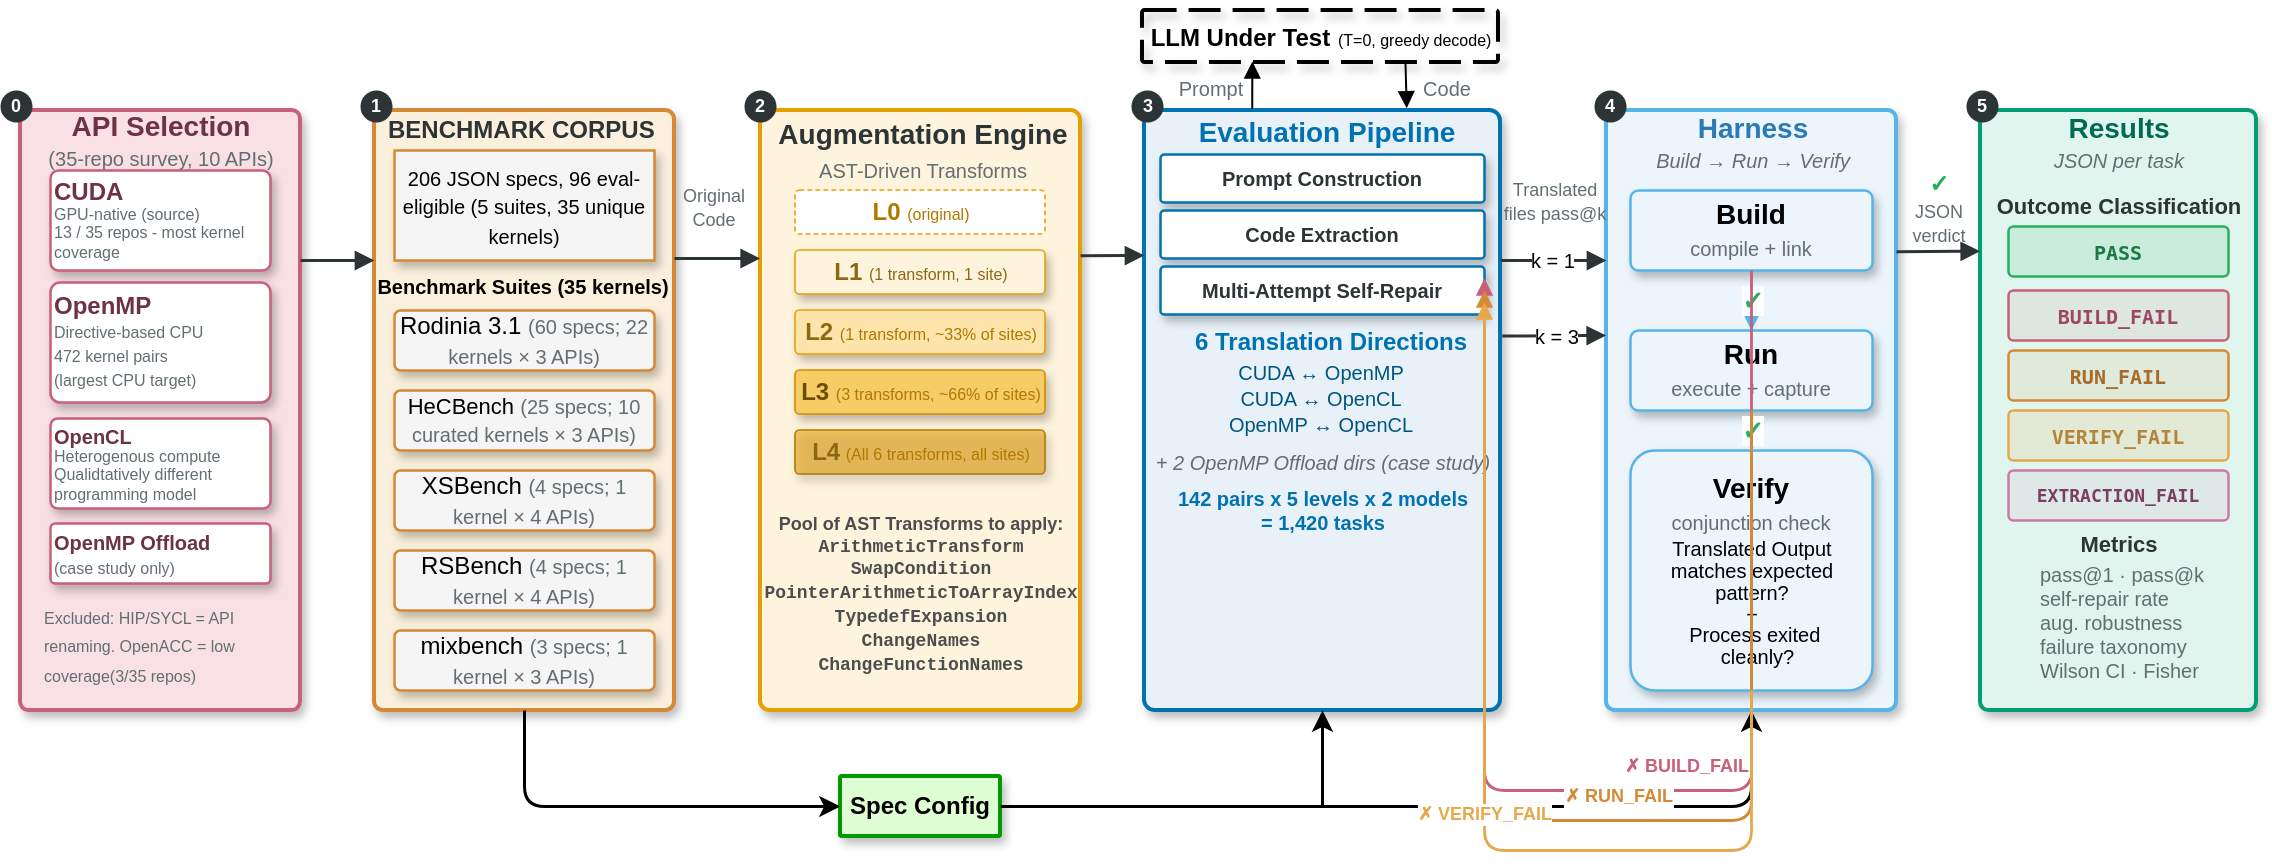
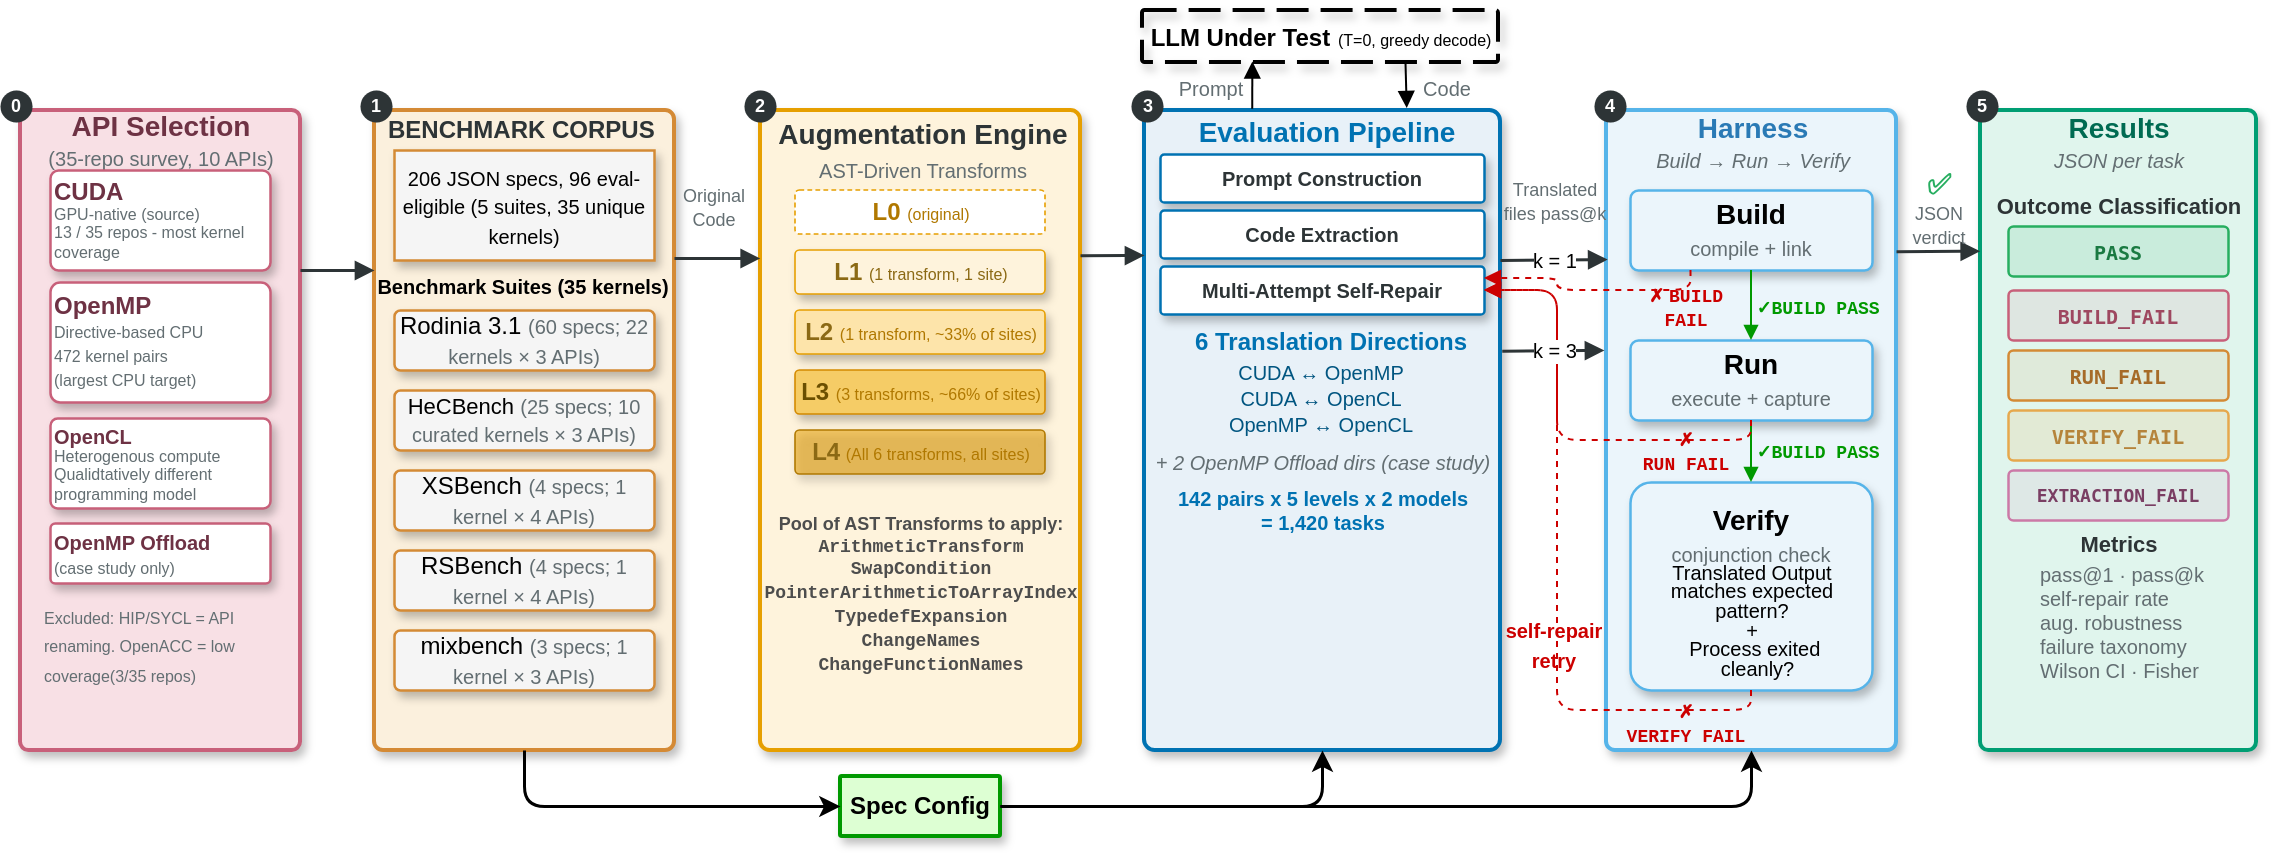
<mxfile host="Electron" agent="Mozilla/5.0 (Macintosh; Intel Mac OS X 10_15_7) AppleWebKit/537.36 (KHTML, like Gecko) draw.io/29.6.6 Chrome/144.0.7559.236 Electron/40.8.4 Safari/537.36" version="29.6.6">
  <diagram name="Page-1" id="bUnr9loA30vD7awPn5Ir">
-     <mxGraphModel dx="2107" dy="688" grid="1" gridSize="10" guides="1" tooltips="1" connect="1" arrows="1" fold="1" page="1" pageScale="1" pageWidth="990" pageHeight="600" background="#ffffff" math="0" shadow="0">
+     <mxGraphModel dx="1800" dy="499" grid="1" gridSize="10" guides="1" tooltips="1" connect="1" arrows="1" fold="1" page="1" pageScale="1" pageWidth="990" pageHeight="600" background="#ffffff" math="0" shadow="0">
      <root>
        <mxCell id="0" />
        <mxCell id="1" parent="0" />
        <mxCell id="akmjjUN86HI4yd5fyELq-2" parent="1" style="rounded=1;whiteSpace=wrap;html=1;arcSize=3;fillColor=#F8E0E5;strokeColor=#C8607A;strokeWidth=2;shadow=1;glass=0;gradientColor=none;" value="" vertex="1">
-           <mxGeometry height="300" width="140" x="-170" y="110" as="geometry" />
+           <mxGeometry height="320" width="140" x="-170" y="110" as="geometry" />
        </mxCell>
        <mxCell id="llm_container" parent="1" style="rounded=1;arcSize=5;fillColor=none;strokeColor=#000000;strokeWidth=2;dashed=1;dashPattern=8 3;shadow=1;labelBackgroundColor=none;html=1;autosizeText=1;fontSize=14;" value="&lt;b&gt;&lt;font style=&quot;font-size: 12px;&quot;&gt;LLM Under Test&lt;/font&gt;&lt;/b&gt;&amp;nbsp;&lt;font style=&quot;font-size: 8px;&quot;&gt;(T=0, greedy decode)&lt;/font&gt;" vertex="1">
          <mxGeometry height="26" width="178" x="391" y="60" as="geometry" />
        </mxCell>
        <mxCell id="benchmark_container" parent="1" style="rounded=1;whiteSpace=wrap;html=1;arcSize=3;fillColor=#FBF0DD;strokeColor=#D48A35;strokeWidth=2;shadow=1;" value="" vertex="1">
-           <mxGeometry height="300" width="150" x="7" y="110" as="geometry" />
+           <mxGeometry height="320" width="150" x="7" y="110" as="geometry" />
        </mxCell>
        <mxCell id="specs" parent="1" style="shape=document;whiteSpace=wrap;html=1;boundedLbl=1;size=0;fillColor=#F5F5F5;strokeColor=#D48A35;strokeWidth=1.25;rounded=1;shadow=1;perimeter=rhombusPerimeter;" value="&lt;font style=&quot;font-size: 11px;&quot;&gt;&lt;span style=&quot;font-size: 10px; text-align: left; line-height: 90%;&quot;&gt;206 JSON specs, 96 eval-eligible (5 suites, 35 unique kernels)&lt;/span&gt;&lt;br&gt;&lt;/font&gt;" vertex="1">
          <mxGeometry height="55" width="130" x="17" y="130" as="geometry" />
        </mxCell>
        <mxCell id="suites_header" parent="1" style="text;html=1;align=center;verticalAlign=middle;fontSize=12;fontColor=#2D3436;rounded=1;" value="&lt;b&gt;&lt;font style=&quot;color: rgb(0, 0, 0); font-size: 10px;&quot;&gt;Benchmark Suites (35 kernels)&lt;/font&gt;&lt;/b&gt;" vertex="1">
          <mxGeometry height="20" width="130" x="15.75" y="188" as="geometry" />
        </mxCell>
        <mxCell id="rodinia" parent="1" style="rounded=1;whiteSpace=wrap;html=1;arcSize=10;fillColor=#F5F5F5;strokeColor=#D48A35;strokeWidth=1.25;fontSize=12;shadow=1;" value="Rodinia 3.1&amp;nbsp;&lt;font style=&quot;font-size: 10px; color: rgb(99, 110, 114);&quot;&gt;&lt;font&gt;(&lt;/font&gt;&lt;font&gt;&lt;span style=&quot;text-align: left;&quot;&gt;60 specs; 22 kernels × 3 APIs)&lt;/span&gt;&lt;/font&gt;&lt;/font&gt;" vertex="1">
          <mxGeometry height="30" width="130" x="17" y="210" as="geometry" />
        </mxCell>
        <mxCell id="xsbench" parent="1" style="rounded=1;whiteSpace=wrap;html=1;arcSize=10;fillColor=#F5F5F5;strokeColor=#D48A35;strokeWidth=1.25;fontSize=12;shadow=1;" value="XSBench&amp;nbsp;&lt;span style=&quot;color: rgb(99, 110, 114); font-size: 10px;&quot;&gt;(4 specs;&amp;nbsp;&lt;/span&gt;&lt;span style=&quot;color: rgb(99, 110, 114); font-size: 10px; text-align: left;&quot;&gt;1 kernel&amp;nbsp;&lt;/span&gt;&lt;span style=&quot;color: rgb(99, 110, 114); font-size: 10px; text-align: left;&quot;&gt;×&lt;/span&gt;&lt;span style=&quot;color: rgb(99, 110, 114); font-size: 10px; text-align: left;&quot;&gt;&amp;nbsp;4 APIs&lt;/span&gt;&lt;span style=&quot;color: rgb(99, 110, 114); font-size: 10px;&quot;&gt;)&lt;/span&gt;" vertex="1">
          <mxGeometry height="30" width="130" x="17" y="290" as="geometry" />
        </mxCell>
        <mxCell id="rsbench" parent="1" style="rounded=1;whiteSpace=wrap;html=1;arcSize=10;fillColor=#F5F5F5;strokeColor=#D48A35;strokeWidth=1.25;fontSize=12;shadow=1;" value="RSBench&amp;nbsp;&lt;span style=&quot;color: rgb(99, 110, 114); font-size: 10px;&quot;&gt;(4 specs;&amp;nbsp;&lt;/span&gt;&lt;span style=&quot;color: rgb(99, 110, 114); font-size: 10px; text-align: left;&quot;&gt;1 kernel&amp;nbsp;&lt;/span&gt;&lt;span style=&quot;color: rgb(99, 110, 114); font-size: 10px; text-align: left;&quot;&gt;×&lt;/span&gt;&lt;span style=&quot;color: rgb(99, 110, 114); font-size: 10px; text-align: left;&quot;&gt;&amp;nbsp;4 APIs&lt;/span&gt;&lt;span style=&quot;color: rgb(99, 110, 114); font-size: 10px;&quot;&gt;)&lt;/span&gt;" vertex="1">
          <mxGeometry height="30" width="130" x="17" y="330" as="geometry" />
        </mxCell>
        <mxCell id="mixbench" parent="1" style="rounded=1;whiteSpace=wrap;html=1;arcSize=10;fillColor=#F5F5F5;strokeColor=#D48A35;strokeWidth=1.25;fontSize=12;shadow=1;" value="mixbench&amp;nbsp;&lt;span style=&quot;color: rgb(99, 110, 114); font-size: 10px;&quot;&gt;(3 specs;&amp;nbsp;&lt;/span&gt;&lt;span style=&quot;color: rgb(99, 110, 114); font-size: 10px; text-align: left;&quot;&gt;1 kernel&amp;nbsp;&lt;/span&gt;&lt;span style=&quot;color: rgb(99, 110, 114); font-size: 10px; text-align: left;&quot;&gt;×&lt;/span&gt;&lt;span style=&quot;color: rgb(99, 110, 114); font-size: 10px; text-align: left;&quot;&gt;&amp;nbsp;3 APIs&lt;/span&gt;&lt;span style=&quot;color: rgb(99, 110, 114); font-size: 10px;&quot;&gt;)&lt;/span&gt;" vertex="1">
          <mxGeometry height="30" width="130" x="17" y="370" as="geometry" />
        </mxCell>
        <mxCell id="hecbench" parent="1" style="rounded=1;whiteSpace=wrap;html=1;arcSize=10;fillColor=#F5F5F5;strokeColor=#D48A35;strokeWidth=1.25;fontSize=11;shadow=1;" value="HeCBench &lt;font style=&quot;font-size: 10px; color: rgb(99, 110, 114);&quot;&gt;(25 specs;&amp;nbsp;&lt;span style=&quot;text-align: left;&quot;&gt;10 curated kernels&amp;nbsp;&lt;/span&gt;&lt;span style=&quot;text-align: left;&quot;&gt;×&lt;/span&gt;&lt;span style=&quot;text-align: left;&quot;&gt;&amp;nbsp;3 APIs&lt;/span&gt;)&lt;/font&gt;" vertex="1">
          <mxGeometry height="30" width="130" x="17" y="250" as="geometry" />
        </mxCell>
        <mxCell id="aug_container" parent="1" style="rounded=1;whiteSpace=wrap;html=1;arcSize=3;fillColor=#FEF3DC;strokeColor=#E69F00;strokeWidth=2;shadow=1;" value="" vertex="1">
-           <mxGeometry height="300" width="160" x="200" y="110" as="geometry" />
+           <mxGeometry height="320" width="160" x="200" y="110" as="geometry" />
        </mxCell>
        <mxCell id="aug_title1" parent="1" style="text;html=1;align=center;verticalAlign=middle;fontColor=#2D3436;rounded=1;" value="&lt;b style=&quot;&quot;&gt;&lt;font style=&quot;font-size: 14px;&quot;&gt;Augmentation Engine&lt;br&gt;&lt;/font&gt;&lt;/b&gt;&lt;span style=&quot;color: rgb(99, 110, 114); font-size: 10px;&quot;&gt;AST-Driven Transforms&lt;/span&gt;&lt;b style=&quot;&quot;&gt;&lt;font style=&quot;font-size: 14px;&quot;&gt;&lt;/font&gt;&lt;/b&gt;" vertex="1">
          <mxGeometry height="30" width="145" x="208" y="115" as="geometry" />
        </mxCell>
        <mxCell id="aug_transforms1" parent="1" style="text;html=1;align=center;verticalAlign=middle;fontSize=9;fontColor=#636e72;rounded=1;" value="&lt;div style=&quot;&quot;&gt;&lt;b style=&quot;color: rgb(77, 77, 77);&quot;&gt;Pool of AST Transforms to apply:&lt;/b&gt;&lt;/div&gt;&lt;div style=&quot;&quot;&gt;&lt;b style=&quot;color: rgb(77, 77, 77); font-family: &amp;quot;Courier New&amp;quot;;&quot;&gt;ArithmeticTransform&lt;br&gt;SwapCondition&lt;/b&gt;&lt;/div&gt;&lt;div style=&quot;&quot;&gt;&lt;b style=&quot;color: rgb(77, 77, 77); font-family: &amp;quot;Courier New&amp;quot;;&quot;&gt;PointerArithmeticToArrayIndex&lt;/b&gt;&lt;/div&gt;&lt;div style=&quot;&quot;&gt;&lt;b style=&quot;color: rgb(77, 77, 77); font-family: &amp;quot;Courier New&amp;quot;;&quot;&gt;TypedefExpansion&lt;br&gt;ChangeNames&lt;br&gt;ChangeFunctionNames&lt;/b&gt;&lt;/div&gt;" vertex="1">
          <mxGeometry height="14" width="144" x="208" y="345" as="geometry" />
        </mxCell>
        <mxCell id="L0" parent="1" style="rounded=1;whiteSpace=wrap;html=1;arcSize=10;fillColor=#FFFFFF;strokeColor=#E69F00;strokeWidth=0.8;dashed=1;dashPattern=3 2;fontSize=10;fontStyle=1;fontColor=#B07800;" value="&lt;font style=&quot;font-size: 12px;&quot;&gt;L0 &lt;/font&gt;&lt;font style=&quot;font-size: 8px; font-weight: normal;&quot;&gt;(original)&lt;/font&gt;" vertex="1">
          <mxGeometry height="22" width="125" x="217.5" y="150" as="geometry" />
        </mxCell>
        <mxCell id="L1" parent="1" style="rounded=1;whiteSpace=wrap;html=1;arcSize=10;fillColor=#FEF3DC;strokeColor=#E69F00;strokeWidth=0.8;fontSize=10;fontStyle=1;fontColor=#8B6914;shadow=1;align=center;" value="&lt;font style=&quot;&quot;&gt;&lt;span style=&quot;font-size: 12px;&quot;&gt;L1&amp;nbsp;&lt;/span&gt;&lt;font style=&quot;font-size: 8px; font-weight: normal;&quot;&gt;(1 transform, 1 site)&lt;/font&gt;&lt;/font&gt;" vertex="1">
          <mxGeometry height="22" width="125" x="217.5" y="180" as="geometry" />
        </mxCell>
        <mxCell id="L2" parent="1" style="rounded=1;whiteSpace=wrap;html=1;arcSize=10;fillColor=#FDE4AA;strokeColor=#E69F00;strokeWidth=0.8;fontSize=10;fontStyle=1;fontColor=#8B6914;shadow=1;align=center;" value="&lt;font style=&quot;&quot;&gt;&lt;span style=&quot;font-size: 12px;&quot;&gt;L2&amp;nbsp;&lt;/span&gt;&lt;font style=&quot;color: rgb(176, 120, 0); font-size: 8px; font-weight: normal;&quot;&gt;(1 transform, ~33% of sites)&lt;/font&gt;&lt;/font&gt;" vertex="1">
          <mxGeometry height="22" width="125" x="217.5" y="210" as="geometry" />
        </mxCell>
        <mxCell id="L3" parent="1" style="rounded=1;whiteSpace=wrap;html=1;arcSize=10;fillColor=#F5CC66;strokeColor=#D48A00;strokeWidth=0.8;fontSize=10;fontStyle=1;fontColor=#6B4F00;shadow=1;align=center;" value="&lt;font style=&quot;&quot;&gt;&lt;span style=&quot;font-size: 12px;&quot;&gt;L3&amp;nbsp;&lt;/span&gt;&lt;font style=&quot;color: rgb(176, 120, 0); font-size: 8px; font-weight: normal;&quot;&gt;(3 transforms, ~66% of sites)&lt;/font&gt;&lt;/font&gt;" vertex="1">
          <mxGeometry height="22" width="125" x="217.5" y="240" as="geometry" />
        </mxCell>
        <mxCell id="L4" parent="1" style="rounded=1;whiteSpace=wrap;html=1;arcSize=10;fillColor=#E69F00;fillOpacity=55;strokeColor=#B07800;strokeWidth=0.8;fontSize=10;fontColor=#3D2800;shadow=1;align=center;" value="&lt;b&gt;&lt;font style=&quot;color: rgb(139, 105, 20); font-size: 12px;&quot;&gt;L4&lt;/font&gt;&amp;nbsp;&lt;/b&gt;&lt;span style=&quot;font-size: 8px;&quot;&gt;&lt;font style=&quot;color: rgb(176, 120, 0);&quot;&gt;(All 6 transforms, all sites)&lt;/font&gt;&lt;/span&gt;" vertex="1">
          <mxGeometry height="22" width="125" x="217.5" y="270" as="geometry" />
        </mxCell>
        <mxCell id="pipeline_container" parent="1" style="rounded=1;whiteSpace=wrap;html=1;arcSize=3;fillColor=#E8F1F8;strokeColor=#0072B2;strokeWidth=2;shadow=1;" value="" vertex="1">
-           <mxGeometry height="300" width="178" x="392" y="110" as="geometry" />
+           <mxGeometry height="320" width="178" x="392" y="110" as="geometry" />
        </mxCell>
        <mxCell id="pipe_title" parent="1" style="text;html=1;align=center;verticalAlign=middle;rounded=1;" value="&lt;font color=&quot;#0072B2&quot; style=&quot;font-size: 14px;&quot;&gt;&lt;b style=&quot;&quot;&gt;Evaluation Pipeline&lt;/b&gt;&lt;/font&gt;" vertex="1">
          <mxGeometry height="20" width="150" x="407.5" y="111" as="geometry" />
        </mxCell>
        <mxCell id="pipe_dirs_title" parent="1" style="text;html=1;align=center;verticalAlign=middle;fontSize=11;rounded=1;" value="&lt;b&gt;&lt;font color=&quot;#0072B2&quot; style=&quot;font-size: 12px;&quot;&gt;6 Translation Directions&lt;/font&gt;&lt;/b&gt;" vertex="1">
          <mxGeometry height="20" width="150" x="410" y="216" as="geometry" />
        </mxCell>
        <mxCell id="pipe_dir1" parent="1" style="text;html=1;align=center;verticalAlign=middle;fontSize=11;fontColor=#005580;rounded=1;" value="&lt;font style=&quot;font-size: 10px;&quot;&gt;CUDA  ↔  OpenMP&lt;br&gt;CUDA ↔ OpenCL&lt;br&gt;OpenMP ↔ OpenCL&lt;/font&gt;" vertex="1">
          <mxGeometry height="20" width="90" x="435" y="244" as="geometry" />
        </mxCell>
        <mxCell id="pipe_ompt" parent="1" style="text;html=1;align=center;verticalAlign=middle;rounded=1;" value="&lt;i style=&quot;font-size:10px;color:#636e72&quot;&gt;+ 2 OpenMP Offload dirs (case study)&lt;/i&gt;" vertex="1">
          <mxGeometry height="20" width="120" x="421" y="276" as="geometry" />
        </mxCell>
        <mxCell id="pipe_tasks1" parent="1" style="text;html=1;align=center;verticalAlign=middle;fontSize=10;rounded=1;" value="&lt;font color=&quot;#0072B2&quot;&gt;&lt;b&gt;142 pairs x 5 levels x 2 models&lt;br&gt;= 1&lt;/b&gt;&lt;/font&gt;&lt;b style=&quot;color: rgb(0, 114, 178);&quot;&gt;,420 tasks&lt;/b&gt;" vertex="1">
          <mxGeometry height="40" width="150" x="406" y="290" as="geometry" />
        </mxCell>
        <mxCell id="harness_container" parent="1" style="rounded=1;whiteSpace=wrap;html=1;arcSize=3;fillColor=#EBF5FB;strokeColor=#56B4E9;strokeWidth=2;shadow=1;" value="" vertex="1">
-           <mxGeometry height="300" width="145" x="623" y="110" as="geometry" />
+           <mxGeometry height="320" width="145" x="623" y="110" as="geometry" />
        </mxCell>
        <mxCell id="harness_title" parent="1" style="text;html=1;align=center;verticalAlign=middle;rounded=1;" value="&lt;font color=&quot;#2A7AB5&quot; style=&quot;font-size:14px&quot;&gt;&lt;b&gt;Harness&lt;/b&gt;&lt;/font&gt;&lt;br&gt;&lt;i style=&quot;font-size:10px;color:#636e72&quot;&gt;Build → Run → Verify&lt;/i&gt;" vertex="1">
          <mxGeometry height="20" width="145" x="623" y="116" as="geometry" />
        </mxCell>
        <mxCell id="build_box" parent="1" style="rounded=1;whiteSpace=wrap;html=1;arcSize=10;fillColor=#EBF5FB;strokeColor=#56B4E9;strokeWidth=1.25;fontSize=13;shadow=1;" value="&lt;b&gt;&lt;font style=&quot;font-size: 14px;&quot;&gt;Build&lt;/font&gt;&lt;/b&gt;&lt;br&gt;&lt;font style=&quot;font-size: 10px;&quot; color=&quot;#636e72&quot;&gt;compile + link&lt;/font&gt;" vertex="1">
          <mxGeometry height="40" width="121" x="635" y="150" as="geometry" />
        </mxCell>
        <mxCell id="run_box" parent="1" style="rounded=1;whiteSpace=wrap;html=1;arcSize=10;fillColor=#EBF5FB;strokeColor=#56B4E9;strokeWidth=1.25;fontSize=13;shadow=1;" value="&lt;font style=&quot;font-size: 14px;&quot;&gt;&lt;b style=&quot;&quot;&gt;Run&lt;/b&gt;&lt;br&gt;&lt;/font&gt;&lt;font style=&quot;font-size: 10px;&quot; color=&quot;#636e72&quot;&gt;execute + capture&lt;/font&gt;" vertex="1">
-           <mxGeometry height="40" width="121" x="635" y="220" as="geometry" />
+           <mxGeometry height="40" width="121" x="635" y="225" as="geometry" />
        </mxCell>
        <mxCell id="verify_box" parent="1" style="rounded=1;whiteSpace=wrap;html=1;arcSize=10;fillColor=#EBF5FB;strokeColor=#56B4E9;strokeWidth=1.25;fontSize=13;verticalAlign=top;spacingTop=4;shadow=1;" value="&lt;b&gt;&lt;font style=&quot;font-size: 14px;&quot;&gt;Verify&lt;/font&gt;&lt;/b&gt;&lt;br&gt;&lt;font style=&quot;font-size: 10px;&quot; color=&quot;#636e72&quot;&gt;conjunction check&lt;/font&gt;" vertex="1">
-           <mxGeometry height="120" width="121" x="635" y="280" as="geometry" />
-         </mxCell>
-         <mxCell id="build_to_run" edge="1" parent="1" source="build_box" style="edgeStyle=orthogonalEdgeStyle;strokeColor=#56B4E9;strokeWidth=1.3;endArrow=block;endFill=1;endSize=5;html=1;" value="&lt;font color=&quot;#27ae60&quot; style=&quot;font-size:13px&quot;&gt;&lt;b&gt;✓&lt;/b&gt;&lt;/font&gt;" target="run_box">
+           <mxGeometry height="104" width="121" x="635" y="296" as="geometry" />
+         </mxCell>
+         <mxCell id="build_to_run" edge="1" parent="1" source="build_box" style="edgeStyle=orthogonalEdgeStyle;strokeColor=#009900;strokeWidth=1;endArrow=block;endFill=1;endSize=5;html=1;shadow=0;" target="run_box" value="">
+           <mxGeometry relative="1" x="-0.3333" y="24" as="geometry">
+             <mxPoint x="1" as="offset" />
+             <Array as="points">
+               <mxPoint x="700" y="190" />
+               <mxPoint x="700" y="190" />
+             </Array>
+           </mxGeometry>
+         </mxCell>
+         <mxCell id="run_to_verify" edge="1" parent="1" source="run_box" style="edgeStyle=orthogonalEdgeStyle;strokeColor=#009900;strokeWidth=1;endArrow=block;endFill=1;endSize=5;html=1;" target="verify_box" value="">
          <mxGeometry relative="1" as="geometry" />
        </mxCell>
-         <mxCell id="run_to_verify" edge="1" parent="1" source="run_box" style="edgeStyle=orthogonalEdgeStyle;strokeColor=#56B4E9;strokeWidth=1.3;endArrow=block;endFill=1;endSize=5;html=1;" value="&lt;font color=&quot;#27ae60&quot; style=&quot;font-size:13px&quot;&gt;&lt;b&gt;✓&lt;/b&gt;&lt;/font&gt;" target="verify_box">
-           <mxGeometry relative="1" as="geometry" />
-         </mxCell>
        <mxCell id="results_container" parent="1" style="rounded=1;whiteSpace=wrap;html=1;arcSize=3;fillColor=#E0F5ED;strokeColor=#009E73;strokeWidth=2;shadow=1;" value="" vertex="1">
-           <mxGeometry height="300" width="138" x="810" y="110" as="geometry" />
+           <mxGeometry height="320" width="138" x="810" y="110" as="geometry" />
        </mxCell>
        <mxCell id="results_title" parent="1" style="text;html=1;align=center;verticalAlign=middle;rounded=1;" value="&lt;font color=&quot;#006B52&quot; style=&quot;font-size:14px&quot;&gt;&lt;b&gt;Results&lt;/b&gt;&lt;/font&gt;&lt;br&gt;&lt;i style=&quot;font-size:10px;color:#636e72&quot;&gt;JSON per task&lt;/i&gt;" vertex="1">
          <mxGeometry height="30" width="120" x="819" y="111" as="geometry" />
        </mxCell>
        <mxCell id="outcome_title" parent="1" style="text;html=1;align=center;verticalAlign=middle;fontSize=11;fontColor=#2D3436;rounded=1;" value="&lt;b&gt;Outcome Classification&lt;/b&gt;" vertex="1">
          <mxGeometry height="20" width="120" x="819" y="148" as="geometry" />
        </mxCell>
        <mxCell id="pass_box" parent="1" style="rounded=1;whiteSpace=wrap;html=1;arcSize=10;fillColor=#27ae60;fillOpacity=12;strokeColor=#27ae60;strokeWidth=1.25;fontSize=10;fontColor=#1a7a42;" value="&lt;code&gt;&lt;b&gt;PASS&lt;/b&gt;&lt;/code&gt;" vertex="1">
          <mxGeometry height="25" width="110" x="824" y="168" as="geometry" />
        </mxCell>
        <mxCell id="buildfail_box" parent="1" style="rounded=1;whiteSpace=wrap;html=1;arcSize=10;fillColor=#C8607A;fillOpacity=10;strokeColor=#C8607A;strokeWidth=1.25;fontSize=10;fontColor=#9E4860;" value="&lt;code&gt;&lt;b&gt;BUILD_FAIL&lt;/b&gt;&lt;/code&gt;" vertex="1">
          <mxGeometry height="25" width="110" x="824" y="200" as="geometry" />
        </mxCell>
        <mxCell id="runfail_box" parent="1" style="rounded=1;whiteSpace=wrap;html=1;arcSize=10;fillColor=#D48A35;fillOpacity=10;strokeColor=#D48A35;strokeWidth=1.25;fontSize=10;fontColor=#A66B28;" value="&lt;code&gt;&lt;b&gt;RUN_FAIL&lt;/b&gt;&lt;/code&gt;" vertex="1">
          <mxGeometry height="25" width="110" x="824" y="230" as="geometry" />
        </mxCell>
        <mxCell id="verifyfail_box" parent="1" style="rounded=1;whiteSpace=wrap;html=1;arcSize=10;fillColor=#E6A84D;fillOpacity=15;strokeColor=#E6A84D;strokeWidth=1.25;fontSize=10;fontColor=#B5843B;" value="&lt;code&gt;&lt;b&gt;VERIFY_FAIL&lt;/b&gt;&lt;/code&gt;" vertex="1">
          <mxGeometry height="25" width="110" x="824" y="260" as="geometry" />
        </mxCell>
        <mxCell id="extractfail_box" parent="1" style="rounded=1;whiteSpace=wrap;html=1;arcSize=10;fillColor=#CC79A7;fillOpacity=10;strokeColor=#CC79A7;strokeWidth=1.25;fontSize=9;fontColor=#7A3E63;" value="&lt;code&gt;&lt;b&gt;EXTRACTION_FAIL&lt;/b&gt;&lt;/code&gt;" vertex="1">
          <mxGeometry height="25" width="110" x="824" y="290" as="geometry" />
        </mxCell>
        <mxCell id="metrics_title" parent="1" style="text;html=1;align=center;verticalAlign=middle;fontSize=11;fontColor=#2D3436;rounded=1;" value="&lt;b&gt;Metrics&lt;/b&gt;" vertex="1">
          <mxGeometry height="20" width="120" x="819" y="316.5" as="geometry" />
        </mxCell>
        <mxCell id="sources_to_aug" edge="1" parent="1" style="strokeColor=#2D3436;strokeWidth=1.5;endArrow=block;endFill=1;endSize=6;entryX=0;entryY=0.25;entryDx=0;entryDy=0;">
          <mxGeometry relative="1" as="geometry">
            <mxPoint x="157" y="184" as="sourcePoint" />
            <mxPoint x="199.85" y="184" as="targetPoint" />
          </mxGeometry>
        </mxCell>
        <mxCell id="aug_to_pipe" edge="1" parent="1" style="strokeColor=#2D3436;strokeWidth=1.5;endArrow=block;endFill=1;endSize=6;exitX=1;exitY=0.25;exitDx=0;exitDy=0;entryX=0;entryY=0.333;entryDx=0;entryDy=0;entryPerimeter=0;">
          <mxGeometry relative="1" as="geometry">
            <mxPoint x="360" y="182.58000000000007" as="sourcePoint" />
            <mxPoint x="392" y="182.50499999999997" as="targetPoint" />
          </mxGeometry>
        </mxCell>
        <mxCell id="pipe_to_gemini" edge="1" parent="1" source="pipeline_container" style="strokeColor=#000000;strokeWidth=1;endArrow=block;endFill=1;endSize=6;exitX=0.304;exitY=-0.002;exitDx=0;exitDy=0;exitPerimeter=0;entryX=0.31;entryY=0.99;entryDx=0;entryDy=0;entryPerimeter=0;" target="llm_container">
          <mxGeometry relative="1" as="geometry">
            <mxPoint x="478" y="112" as="sourcePoint" />
            <mxPoint x="446" y="90" as="targetPoint" />
          </mxGeometry>
        </mxCell>
        <mxCell id="prompt_label" parent="1" style="text;html=1;align=center;verticalAlign=middle;fontSize=10;fontColor=#636e72;rounded=1;" value="Prompt" vertex="1">
          <mxGeometry height="14" width="30" x="410" y="91.5" as="geometry" />
        </mxCell>
        <mxCell id="gemini_to_pipe" edge="1" parent="1" source="llm_container" style="strokeColor=#000000;strokeWidth=1;endArrow=block;endFill=1;endSize=6;exitX=0.74;exitY=0.972;exitDx=0;exitDy=0;entryX=0.738;entryY=-0.003;entryDx=0;entryDy=0;exitPerimeter=0;entryPerimeter=0;" target="pipeline_container">
          <mxGeometry relative="1" as="geometry">
            <mxPoint x="478.2750000000001" y="77.37" as="sourcePoint" />
            <mxPoint x="498" y="112" as="targetPoint" />
          </mxGeometry>
        </mxCell>
        <mxCell id="code_label" parent="1" style="text;html=1;align=center;verticalAlign=middle;fontSize=10;fontColor=#636e72;rounded=1;" value="Code" vertex="1">
          <mxGeometry height="14" width="30" x="527.5" y="91.5" as="geometry" />
        </mxCell>
-         <mxCell id="pipe_to_harness" edge="1" parent="1" style="strokeColor=#2D3436;strokeWidth=1.5;endArrow=block;endFill=1;endSize=6;entryX=0;entryY=0.25;entryDx=0;entryDy=0;" target="harness_container">
-           <mxGeometry relative="1" as="geometry">
-             <mxPoint x="570" y="185" as="sourcePoint" />
-             <mxPoint x="620" y="180" as="targetPoint" />
-           </mxGeometry>
-         </mxCell>
-         <mxCell id="akmjjUN86HI4yd5fyELq-25" connectable="0" parent="pipe_to_harness" style="edgeLabel;html=1;align=center;verticalAlign=middle;resizable=0;points=[];fontSize=10;labelBackgroundColor=default;rounded=1;" value="k = 1" vertex="1">
-           <mxGeometry relative="1" x="-0.2059" as="geometry">
-             <mxPoint x="5" as="offset" />
-           </mxGeometry>
-         </mxCell>
        <mxCell id="translated_label" parent="1" style="text;html=1;align=center;verticalAlign=middle;fontSize=10;fontColor=#636e72;rounded=1;" value="&lt;font style=&quot;font-size: 9px;&quot;&gt;Translated&lt;br&gt;files pass@k&lt;/font&gt;" vertex="1">
          <mxGeometry height="28" width="40.5" x="576.5" y="141" as="geometry" />
        </mxCell>
        <mxCell id="harness_to_results" edge="1" parent="1" style="strokeColor=#2D3436;strokeWidth=1.5;endArrow=block;endFill=1;endSize=6;exitX=1.001;exitY=0.281;exitDx=0;exitDy=0;exitPerimeter=0;">
          <mxGeometry relative="1" as="geometry">
            <mxPoint x="768.005" y="180.66300000000004" as="sourcePoint" />
            <mxPoint x="809.86" y="180.33" as="targetPoint" />
          </mxGeometry>
        </mxCell>
        <mxCell id="w2Y73H6_pt1177Ohcq_N-19" parent="1" style="text;html=1;whiteSpace=wrap;strokeColor=none;fillColor=none;align=center;verticalAlign=middle;rounded=1;" value="&lt;p style=&quot;line-height: 90%;&quot;&gt;&lt;font style=&quot;font-size: 9px;&quot;&gt;&lt;span style=&quot;color: rgb(99, 110, 114); text-wrap-mode: nowrap; line-height: 90%;&quot;&gt;Original&lt;br&gt;&lt;/span&gt;&lt;span style=&quot;color: rgb(99, 110, 114); text-wrap-mode: nowrap; line-height: 90%;&quot;&gt;Code&lt;/span&gt;&lt;/font&gt;&lt;/p&gt;" vertex="1">
          <mxGeometry height="24" width="50" x="151.5" y="146" as="geometry" />
        </mxCell>
        <mxCell id="benchmark_container_label" parent="1" style="text;html=1;align=left;verticalAlign=middle;fontSize=11;fontColor=#2D3436;fontStyle=1;rounded=1;" value="&lt;font style=&quot;font-size: 12px;&quot;&gt;BENCHMARK CORPUS&lt;/font&gt;" vertex="1">
          <mxGeometry height="20" width="140" x="12" y="110" as="geometry" />
        </mxCell>
        <mxCell id="pipe_box1" parent="1" style="rounded=1;whiteSpace=wrap;html=1;arcSize=8;fillColor=#FFFFFF;strokeColor=#0072B2;strokeWidth=1.25;fontSize=10;fontColor=#2D3436;shadow=1;" value="&lt;b&gt;Prompt Construction&lt;/b&gt;" vertex="1">
          <mxGeometry height="24" width="162" x="400" y="132" as="geometry" />
        </mxCell>
        <mxCell id="pipe_box2" parent="1" style="rounded=1;whiteSpace=wrap;html=1;arcSize=8;fillColor=#FFFFFF;strokeColor=#0072B2;strokeWidth=1.25;fontSize=10;fontColor=#2D3436;shadow=1;" value="&lt;b&gt;Code Extraction&lt;/b&gt;" vertex="1">
          <mxGeometry height="24" width="162" x="400" y="160" as="geometry" />
        </mxCell>
        <mxCell id="pipe_box3" parent="1" style="rounded=1;whiteSpace=wrap;html=1;arcSize=8;fillColor=#FFFFFF;strokeColor=#0072B2;strokeWidth=1.25;fontSize=10;fontColor=#2D3436;shadow=1;" value="&lt;b&gt;Multi-Attempt Self-Repair&lt;/b&gt;" vertex="1">
          <mxGeometry height="24" width="162" x="400" y="188" as="geometry" />
        </mxCell>
        <mxCell id="stage_1" parent="1" style="ellipse;whiteSpace=wrap;html=1;fillColor=#2D3436;strokeColor=#2D3436;strokeWidth=0;fontSize=9;fontColor=#FFFFFF;fontStyle=1;rounded=1;" value="1" vertex="1">
          <mxGeometry height="16" width="16" y="100" as="geometry" />
        </mxCell>
        <mxCell id="stage_2" parent="1" style="ellipse;whiteSpace=wrap;html=1;fillColor=#2D3436;strokeColor=#2D3436;strokeWidth=0;fontSize=9;fontColor=#FFFFFF;fontStyle=1;rounded=1;" value="2" vertex="1">
          <mxGeometry height="16" width="16" x="192" y="100" as="geometry" />
        </mxCell>
        <mxCell id="stage_3" parent="1" style="ellipse;whiteSpace=wrap;html=1;fillColor=#2D3436;strokeColor=#2D3436;strokeWidth=0;fontSize=9;fontColor=#FFFFFF;fontStyle=1;rounded=1;" value="3" vertex="1">
          <mxGeometry height="16" width="16" x="385.5" y="100" as="geometry" />
        </mxCell>
        <mxCell id="stage_4" parent="1" style="ellipse;whiteSpace=wrap;html=1;fillColor=#2D3436;strokeColor=#2D3436;strokeWidth=0;fontSize=9;fontColor=#FFFFFF;fontStyle=1;rounded=1;" value="4" vertex="1">
          <mxGeometry height="16" width="16" x="617" y="100" as="geometry" />
        </mxCell>
        <mxCell id="stage_5" parent="1" style="ellipse;whiteSpace=wrap;html=1;fillColor=#2D3436;strokeColor=#2D3436;strokeWidth=0;fontSize=9;fontColor=#FFFFFF;fontStyle=1;rounded=1;" value="5" vertex="1">
          <mxGeometry height="16" width="16" x="803" y="100" as="geometry" />
        </mxCell>
-         <mxCell id="harness_to_results_label" parent="1" style="text;html=1;align=center;verticalAlign=middle;fontSize=10;fontColor=#636e72;rounded=1;" value="&lt;font color=&quot;#27ae60&quot; style=&quot;font-size:12px&quot;&gt;&lt;b&gt;✓&lt;/b&gt;&lt;/font&gt;&lt;br&gt;&lt;font style=&quot;font-size: 9px;&quot;&gt;JSON&lt;br&gt;verdict&lt;/font&gt;" vertex="1">
+         <mxCell id="harness_to_results_label" parent="1" style="text;html=1;align=center;verticalAlign=middle;fontSize=10;fontColor=#636e72;rounded=1;" value="&lt;font color=&quot;#27ae60&quot; style=&quot;font-size: 14px;&quot;&gt;&lt;b style=&quot;&quot;&gt;✅&lt;/b&gt;&lt;/font&gt;&lt;br&gt;&lt;font style=&quot;font-size: 9px;&quot;&gt;JSON&lt;br&gt;verdict&lt;/font&gt;" vertex="1">
          <mxGeometry height="28" width="42" x="768" y="145" as="geometry" />
        </mxCell>
        <mxCell id="metrics_compact" parent="1" style="text;html=1;align=left;verticalAlign=top;fontSize=10;fontColor=#636e72;spacingLeft=4;rounded=1;" value="pass@1 &amp;middot; pass@k&lt;br&gt;self-repair rate&lt;br&gt;aug. robustness&lt;br&gt;failure taxonomy&lt;br&gt;Wilson CI &amp;middot; Fisher" vertex="1">
          <mxGeometry height="70" width="91" x="833.5" y="330" as="geometry" />
        </mxCell>
        <mxCell id="akmjjUN86HI4yd5fyELq-3" parent="1" style="text;html=1;align=center;verticalAlign=middle;rounded=1;" value="&lt;font style=&quot;line-height: 90%;&quot;&gt;&lt;b style=&quot;color: rgb(110, 50, 68); font-size: 14px; line-height: 90%;&quot;&gt;API &lt;/b&gt;&lt;b style=&quot;font-size: 14px; line-height: 90%; color: rgb(110, 50, 68);&quot;&gt;&lt;font style=&quot;color: rgb(110, 50, 68);&quot;&gt;Selection&lt;/font&gt;&lt;/b&gt;&lt;br&gt;&lt;font style=&quot;font-size: 10px; color: rgb(99, 110, 114); line-height: 90%;&quot;&gt;(&lt;/font&gt;&lt;font style=&quot;font-size: 10px; line-height: 90%; color: rgb(99, 110, 114);&quot;&gt;35-repo survey, 10 APIs)&lt;/font&gt;&lt;/font&gt;" vertex="1">
          <mxGeometry height="20" width="120" x="-160" y="116" as="geometry" />
        </mxCell>
        <mxCell id="akmjjUN86HI4yd5fyELq-14" parent="1" style="rounded=1;whiteSpace=wrap;html=1;arcSize=8;fillColor=#FFFFFF;strokeColor=#C8607A;strokeWidth=1.25;fontSize=10;fontColor=#2D3436;shadow=1;align=left;" value="&lt;div style=&quot;line-height: 90%;&quot;&gt;&lt;font style=&quot;color: rgb(110, 50, 68);&quot;&gt;&lt;font style=&quot;font-weight: bold; font-size: 12px; line-height: 90%;&quot;&gt;CUDA&lt;/font&gt;&lt;br&gt;&lt;/font&gt;&lt;font style=&quot;font-size: 8px; line-height: 90%; color: rgb(99, 110, 114);&quot;&gt;GPU-native (source)&lt;/font&gt;&lt;div&gt;&lt;font style=&quot;font-size: 8px; line-height: 90%; color: rgb(99, 110, 114);&quot;&gt;13 / 35 repos - most kernel coverage&lt;/font&gt;&lt;/div&gt;&lt;/div&gt;" vertex="1">
          <mxGeometry height="50" width="110" x="-155" y="140" as="geometry" />
        </mxCell>
        <mxCell id="akmjjUN86HI4yd5fyELq-16" parent="1" style="rounded=1;whiteSpace=wrap;html=1;arcSize=8;fillColor=#FFFFFF;strokeColor=#C8607A;strokeWidth=1.25;fontSize=10;fontColor=#2D3436;shadow=1;align=left;" value="&lt;span style=&quot;line-height: 90%;&quot;&gt;&lt;font style=&quot;color: rgb(110, 50, 68);&quot;&gt;&lt;font style=&quot;font-weight: bold; font-size: 12px;&quot;&gt;OpenMP&lt;/font&gt;&lt;br&gt;&lt;/font&gt;&lt;font style=&quot;font-size: 8px; color: rgb(99, 110, 114); line-height: 90%;&quot;&gt;Directive-based CPU&lt;br&gt;472 kernel pairs&lt;br&gt;(largest CPU target)&lt;/font&gt;&lt;/span&gt;" vertex="1">
          <mxGeometry height="60" width="110" x="-155" y="196" as="geometry" />
        </mxCell>
        <mxCell id="akmjjUN86HI4yd5fyELq-17" parent="1" style="rounded=1;whiteSpace=wrap;html=1;arcSize=8;fillColor=#FFFFFF;strokeColor=#C8607A;strokeWidth=1.25;fontSize=10;fontColor=#2D3436;shadow=1;align=left;" value="&lt;font&gt;&lt;b style=&quot;color: rgb(110, 50, 68);&quot;&gt;OpenMP Offload&lt;/b&gt;&lt;br&gt;&lt;font style=&quot;font-size: 8px; color: rgb(99, 110, 114);&quot;&gt;(case study only)&lt;/font&gt;&lt;/font&gt;" vertex="1">
          <mxGeometry height="30" width="110" x="-155" y="316.5" as="geometry" />
        </mxCell>
        <mxCell id="akmjjUN86HI4yd5fyELq-18" parent="1" style="rounded=1;whiteSpace=wrap;html=1;arcSize=8;fillColor=#FFFFFF;strokeColor=#C8607A;strokeWidth=1.25;fontSize=10;fontColor=#2D3436;shadow=1;align=left;" value="&lt;div style=&quot;line-height: 90%;&quot;&gt;&lt;font style=&quot;color: rgb(110, 50, 68);&quot;&gt;&lt;b&gt;OpenCL&lt;/b&gt;&lt;br&gt;&lt;/font&gt;&lt;font style=&quot;font-size: 8px; color: rgb(99, 110, 114); line-height: 90%;&quot;&gt;Heterogenous compute&lt;br&gt;Qualidtatively different programming model&lt;/font&gt;&lt;/div&gt;" vertex="1">
          <mxGeometry height="45" width="110" x="-155" y="264" as="geometry" />
        </mxCell>
        <mxCell id="akmjjUN86HI4yd5fyELq-11" parent="1" style="ellipse;whiteSpace=wrap;html=1;fillColor=#2D3436;strokeColor=#2D3436;strokeWidth=0;fontSize=9;fontColor=#FFFFFF;fontStyle=1;rounded=1;" value="0" vertex="1">
          <mxGeometry height="16" width="16" x="-180" y="100" as="geometry" />
        </mxCell>
        <mxCell id="akmjjUN86HI4yd5fyELq-19" edge="1" parent="1" source="akmjjUN86HI4yd5fyELq-2" style="strokeColor=#2D3436;strokeWidth=1.5;endArrow=block;endFill=1;endSize=6;exitX=1;exitY=0.25;exitDx=0;exitDy=0;entryX=0;entryY=0.25;entryDx=0;entryDy=0;" target="benchmark_container">
          <mxGeometry relative="1" as="geometry">
            <mxPoint x="-20" y="184" as="sourcePoint" />
            <mxPoint x="10" y="184" as="targetPoint" />
          </mxGeometry>
        </mxCell>
-         <mxCell id="akmjjUN86HI4yd5fyELq-20" parent="1" style="text;html=1;whiteSpace=wrap;strokeColor=none;fillColor=none;align=center;verticalAlign=middle;rounded=1;" value="&lt;div style=&quot;line-height: 90%;&quot;&gt;&lt;div&gt;&lt;font style=&quot;font-size: 10px; line-height: 90%;&quot;&gt;Translated Output matches&amp;nbsp;&lt;span style=&quot;background-color: transparent; color: light-dark(rgb(0, 0, 0), rgb(255, 255, 255));&quot;&gt;expected pattern?&lt;br&gt;&lt;/span&gt;&lt;span style=&quot;background-color: transparent; color: light-dark(rgb(0, 0, 0), rgb(255, 255, 255));&quot;&gt;+&lt;/span&gt;&lt;/font&gt;&lt;/div&gt;&lt;div&gt;&lt;font style=&quot;font-size: 10px; line-height: 90%;&quot;&gt;&amp;nbsp;Process exited&lt;/font&gt;&lt;/div&gt;&lt;div&gt;&lt;font style=&quot;font-size: 10px; line-height: 90%;&quot;&gt;&amp;nbsp; cleanly?&lt;/font&gt;&lt;/div&gt;&lt;/div&gt;" vertex="1">
-           <mxGeometry height="30" width="110" x="640.5" y="340.5" as="geometry" />
-         </mxCell>
-         <mxCell id="akmjjUN86HI4yd5fyELq-23" edge="1" parent="1" source="pipeline_container" style="strokeColor=#2D3436;strokeWidth=1.5;endArrow=block;endFill=1;endSize=6;exitX=1.005;exitY=0.376;exitDx=0;exitDy=0;entryX=-0.001;entryY=0.375;entryDx=0;entryDy=0;entryPerimeter=0;exitPerimeter=0;" target="harness_container">
-           <mxGeometry relative="1" as="geometry">
-             <mxPoint x="572" y="225" as="sourcePoint" />
-             <mxPoint x="623" y="226" as="targetPoint" />
-           </mxGeometry>
-         </mxCell>
-         <mxCell id="akmjjUN86HI4yd5fyELq-26" connectable="0" parent="akmjjUN86HI4yd5fyELq-23" style="edgeLabel;html=1;align=center;verticalAlign=middle;resizable=0;points=[];fontSize=10;rounded=1;" value="k = 3" vertex="1">
-           <mxGeometry relative="1" x="-0.0956" as="geometry">
-             <mxPoint x="3" as="offset" />
-           </mxGeometry>
+         <mxCell id="akmjjUN86HI4yd5fyELq-20" parent="1" style="text;html=1;whiteSpace=wrap;strokeColor=none;fillColor=none;align=center;verticalAlign=middle;rounded=1;" value="&lt;div style=&quot;line-height: 80%;&quot;&gt;&lt;div&gt;&lt;font style=&quot;font-size: 10px; line-height: 80%;&quot;&gt;Translated Output matches&amp;nbsp;&lt;span style=&quot;background-color: transparent; color: light-dark(rgb(0, 0, 0), rgb(255, 255, 255));&quot;&gt;expected pattern?&lt;br&gt;&lt;/span&gt;&lt;span style=&quot;background-color: transparent; color: light-dark(rgb(0, 0, 0), rgb(255, 255, 255));&quot;&gt;+&lt;/span&gt;&lt;/font&gt;&lt;/div&gt;&lt;div&gt;&lt;font style=&quot;font-size: 10px; line-height: 80%;&quot;&gt;&amp;nbsp;Process exited&lt;/font&gt;&lt;/div&gt;&lt;div&gt;&lt;font style=&quot;font-size: 10px; line-height: 80%;&quot;&gt;&amp;nbsp; cleanly?&lt;/font&gt;&lt;/div&gt;&lt;/div&gt;" vertex="1">
+           <mxGeometry height="30" width="110" x="640.5" y="350" as="geometry" />
        </mxCell>
        <mxCell id="X_smrMtmK8TFg0V116sj-2" parent="1" style="text;html=1;whiteSpace=wrap;strokeColor=none;fillColor=none;align=left;verticalAlign=middle;rounded=1;" value="&lt;font style=&quot;color: rgb(99, 110, 114); font-size: 8px; line-height: 100%;&quot;&gt;Excluded: HIP/SYCL = API renaming. OpenACC = low coverage(3/35 repos&lt;/font&gt;&lt;span style=&quot;color: rgb(99, 110, 114); font-size: 8px; background-color: transparent;&quot;&gt;)&lt;/span&gt;" vertex="1">
          <mxGeometry height="30" width="125" x="-160" y="361.5" as="geometry" />
        </mxCell>
        <mxCell id="oNcubOaH34LGjMKyqQGY-1" parent="1" style="rounded=1;whiteSpace=wrap;html=1;arcSize=3;fillColor=#DDFFD3;strokeColor=#009900;strokeWidth=2;shadow=1;" value="&lt;b&gt;Spec Config&lt;/b&gt;" vertex="1">
          <mxGeometry height="30" width="80" x="240" y="443" as="geometry" />
        </mxCell>
        <mxCell id="oNcubOaH34LGjMKyqQGY-2" edge="1" parent="1" source="benchmark_container" style="endArrow=classic;html=1;rounded=1;entryX=0;entryY=0.5;entryDx=0;entryDy=0;exitX=0.5;exitY=1;exitDx=0;exitDy=0;edgeStyle=orthogonalEdgeStyle;curved=0;strokeWidth=1.5;" target="oNcubOaH34LGjMKyqQGY-1" value="">
          <mxGeometry height="50" relative="1" width="50" as="geometry">
            <mxPoint x="140" y="510" as="sourcePoint" />
            <mxPoint x="190" y="460" as="targetPoint" />
          </mxGeometry>
        </mxCell>
        <mxCell id="oNcubOaH34LGjMKyqQGY-3" edge="1" parent="1" source="oNcubOaH34LGjMKyqQGY-1" style="endArrow=classic;html=1;rounded=1;exitX=1;exitY=0.5;exitDx=0;exitDy=0;entryX=0.5;entryY=1;entryDx=0;entryDy=0;edgeStyle=orthogonalEdgeStyle;strokeWidth=1.5;elbow=vertical;flowAnimation=0;shadow=0;" target="harness_container" value="">
          <mxGeometry height="50" relative="1" width="50" as="geometry">
            <Array as="points">
              <mxPoint x="695" y="458" />
            </Array>
            <mxPoint x="250" y="470" as="sourcePoint" />
            <mxPoint x="480" y="458" as="targetPoint" />
          </mxGeometry>
        </mxCell>
-         <mxCell id="oNcubOaH34LGjMKyqQGY-12" edge="1" parent="1" style="endArrow=classic;html=1;rounded=1;entryX=0.5;entryY=1;entryDx=0;entryDy=0;startSize=6;endSize=6;strokeWidth=1.5;" target="pipeline_container" value="">
+         <mxCell id="build_fail_back" edge="1" parent="1" source="build_box" style="strokeColor=#CC0000;strokeWidth=1;endArrow=block;endFill=1;exitX=0.25;exitY=1;exitDx=0;exitDy=0;entryX=1;entryY=0.25;entryDx=0;entryDy=0;html=1;edgeStyle=orthogonalEdgeStyle;dashed=1;" target="pipe_box3">
+           <mxGeometry relative="1" as="geometry">
+             <mxPoint x="665.2500000000002" y="193.49999999999997" as="sourcePoint" />
+             <mxPoint x="562" y="202.5" as="targetPoint" />
+           </mxGeometry>
+         </mxCell>
+         <mxCell id="run_fail_back" edge="1" parent="1" source="run_box" style="strokeColor=#CC0000;strokeWidth=1;endArrow=block;endFill=1;exitX=0.5;exitY=1;exitDx=0;exitDy=0;entryX=1;entryY=0.5;entryDx=0;entryDy=0;html=1;edgeStyle=orthogonalEdgeStyle;dashed=1;" target="pipe_box3">
+           <mxGeometry relative="1" as="geometry" />
+         </mxCell>
+         <mxCell id="verify_fail_back" edge="1" parent="1" source="verify_box" style="edgeStyle=orthogonalEdgeStyle;strokeColor=#CC0000;strokeWidth=1;endArrow=block;endFill=1;exitX=0.5;exitY=1;exitDx=0;exitDy=0;entryX=1;entryY=0.5;entryDx=0;entryDy=0;html=1;dashed=1;" target="pipe_box3">
+           <mxGeometry relative="1" as="geometry" />
+         </mxCell>
+         <mxCell id="dTBirprDGcM_VUs01LYS-1" parent="1" style="text;html=1;whiteSpace=wrap;strokeColor=none;fillColor=none;align=center;verticalAlign=middle;rounded=0;" value="&lt;div style=&quot;line-height: 80%;&quot;&gt;&lt;font style=&quot;font-size: 9px; color: rgb(0, 153, 0);&quot;&gt;&lt;b style=&quot;font-family: &amp;quot;Courier New&amp;quot;; text-wrap-mode: nowrap; line-height: 80%;&quot;&gt;✓BUILD&amp;nbsp;&lt;/b&gt;&lt;b style=&quot;background-color: transparent; text-wrap-mode: nowrap; font-family: &amp;quot;Courier New&amp;quot;; line-height: 80%;&quot;&gt;PASS&lt;/b&gt;&lt;/font&gt;&lt;/div&gt;" vertex="1">
+           <mxGeometry height="14" width="44" x="706.5" y="202" as="geometry" />
+         </mxCell>
+         <mxCell id="dTBirprDGcM_VUs01LYS-3" parent="1" style="text;html=1;whiteSpace=wrap;strokeColor=none;fillColor=none;align=center;verticalAlign=middle;rounded=0;" value="&lt;div style=&quot;line-height: 80%;&quot;&gt;&lt;font style=&quot;font-size: 9px; color: rgb(0, 153, 0);&quot;&gt;&lt;b style=&quot;font-family: &amp;quot;Courier New&amp;quot;; text-wrap-mode: nowrap; line-height: 80%;&quot;&gt;✓BUILD&amp;nbsp;&lt;/b&gt;&lt;b style=&quot;background-color: transparent; text-wrap-mode: nowrap; font-family: &amp;quot;Courier New&amp;quot;; line-height: 80%;&quot;&gt;PASS&lt;/b&gt;&lt;/font&gt;&lt;/div&gt;" vertex="1">
+           <mxGeometry height="14" width="44" x="706.5" y="274" as="geometry" />
+         </mxCell>
+         <mxCell id="dTBirprDGcM_VUs01LYS-4" parent="1" style="text;html=1;whiteSpace=wrap;strokeColor=none;fillColor=none;align=center;verticalAlign=middle;rounded=0;" value="&lt;div style=&quot;line-height: 80%;&quot;&gt;&lt;b style=&quot;font-family: &amp;quot;Courier New&amp;quot;; text-wrap-mode: nowrap; line-height: 80%;&quot;&gt;&lt;font style=&quot;font-size: 9px; color: rgb(204, 0, 0);&quot;&gt;&lt;span style=&quot;font-family: Helvetica;&quot;&gt;✗&amp;nbsp;&lt;/span&gt;BUILD FAIL&lt;/font&gt;&lt;/b&gt;&lt;/div&gt;" vertex="1">
+           <mxGeometry height="14" width="44" x="640.5" y="202" as="geometry" />
+         </mxCell>
+         <mxCell id="dTBirprDGcM_VUs01LYS-7" parent="1" style="text;html=1;whiteSpace=wrap;strokeColor=none;fillColor=none;align=center;verticalAlign=middle;rounded=0;" value="&lt;div style=&quot;line-height: 80%;&quot;&gt;&lt;font face=&quot;Courier New&quot; style=&quot;font-size: 9px;&quot;&gt;&lt;b style=&quot;&quot;&gt;&lt;span style=&quot;text-wrap-mode: nowrap; line-height: 80%;&quot;&gt;&lt;font style=&quot;color: rgb(204, 0, 0);&quot;&gt;✗ RUN&lt;/font&gt;&lt;/span&gt;&lt;span style=&quot;background-color: transparent; color: light-dark(rgb(0, 0, 0), rgb(255, 255, 255)); text-wrap-mode: nowrap; line-height: 80%;&quot;&gt;&lt;font style=&quot;color: rgb(204, 0, 0);&quot;&gt;&amp;nbsp;FAIL&lt;/font&gt;&lt;/span&gt;&lt;/b&gt;&lt;/font&gt;&lt;/div&gt;" vertex="1">
+           <mxGeometry height="14" width="44" x="640.5" y="274" as="geometry" />
+         </mxCell>
+         <mxCell id="dTBirprDGcM_VUs01LYS-9" parent="1" style="text;html=1;whiteSpace=wrap;strokeColor=none;fillColor=none;align=center;verticalAlign=middle;rounded=0;" value="&lt;div style=&quot;line-height: 80%;&quot;&gt;&lt;font face=&quot;Courier New&quot; style=&quot;font-size: 9px;&quot;&gt;&lt;b style=&quot;&quot;&gt;&lt;span style=&quot;text-wrap-mode: nowrap; line-height: 80%;&quot;&gt;&lt;font style=&quot;color: rgb(204, 0, 0);&quot;&gt;✗ VERIFY&amp;nbsp;&lt;/font&gt;&lt;/span&gt;&lt;/b&gt;&lt;/font&gt;&lt;b style=&quot;font-size: 9px; font-family: &amp;quot;Courier New&amp;quot;; background-color: transparent; color: light-dark(rgb(0, 0, 0), rgb(255, 255, 255));&quot;&gt;&lt;span style=&quot;background-color: transparent; color: light-dark(rgb(0, 0, 0), rgb(255, 255, 255)); text-wrap-mode: nowrap; line-height: 80%;&quot;&gt;&lt;font style=&quot;color: rgb(204, 0, 0);&quot;&gt;FAIL&lt;/font&gt;&lt;/span&gt;&lt;/b&gt;&lt;/div&gt;" vertex="1">
+           <mxGeometry height="14" width="44" x="640.5" y="410" as="geometry" />
+         </mxCell>
+         <mxCell id="dTBirprDGcM_VUs01LYS-12" edge="1" parent="1" source="oNcubOaH34LGjMKyqQGY-1" style="endArrow=classic;html=1;rounded=1;exitX=1;exitY=0.5;exitDx=0;exitDy=0;entryX=0.5;entryY=1;entryDx=0;entryDy=0;strokeWidth=1.5;edgeStyle=orthogonalEdgeStyle;curved=0;" target="pipeline_container" value="">
          <mxGeometry height="50" relative="1" width="50" as="geometry">
-             <mxPoint x="481" y="458" as="sourcePoint" />
-             <mxPoint x="500" y="410" as="targetPoint" />
-           </mxGeometry>
-         </mxCell>
-         <mxCell id="build_fail_back" edge="1" parent="1" source="build_box" target="pipe_box3" style="edgeStyle=orthogonalEdgeStyle;strokeColor=#C8607A;strokeWidth=1.4;endArrow=block;endFill=1;endSize=5;exitX=0.5;exitY=1;exitDx=0;exitDy=0;entryX=1;entryY=0.25;entryDx=0;entryDy=0;html=1;">
-           <mxGeometry relative="1" as="geometry">
-             <Array as="points">
-               <mxPoint x="695" y="450" />
-               <mxPoint x="562" y="450" />
-             </Array>
-           </mxGeometry>
-         </mxCell>
-         <mxCell id="build_fail_label" connectable="0" parent="build_fail_back" style="edgeLabel;html=1;align=center;verticalAlign=middle;resizable=0;points=[];fontSize=9;fontColor=#C8607A;fontStyle=1;" value="✗ BUILD_FAIL" vertex="1">
-           <mxGeometry relative="1" x="-0.1" as="geometry">
-             <mxPoint x="0" y="-12" as="offset" />
-           </mxGeometry>
-         </mxCell>
-         <mxCell id="run_fail_back" edge="1" parent="1" source="run_box" target="pipe_box3" style="edgeStyle=orthogonalEdgeStyle;strokeColor=#D48A35;strokeWidth=1.4;endArrow=block;endFill=1;endSize=5;exitX=0.5;exitY=1;exitDx=0;exitDy=0;entryX=1;entryY=0.5;entryDx=0;entryDy=0;html=1;">
-           <mxGeometry relative="1" as="geometry">
-             <Array as="points">
-               <mxPoint x="695" y="465" />
-               <mxPoint x="562" y="465" />
-             </Array>
-           </mxGeometry>
-         </mxCell>
-         <mxCell id="run_fail_label" connectable="0" parent="run_fail_back" style="edgeLabel;html=1;align=center;verticalAlign=middle;resizable=0;points=[];fontSize=9;fontColor=#D48A35;fontStyle=1;" value="✗ RUN_FAIL" vertex="1">
-           <mxGeometry relative="1" x="-0.1" as="geometry">
-             <mxPoint x="0" y="-12" as="offset" />
-           </mxGeometry>
-         </mxCell>
-         <mxCell id="verify_fail_back" edge="1" parent="1" source="verify_box" target="pipe_box3" style="edgeStyle=orthogonalEdgeStyle;strokeColor=#E6A84D;strokeWidth=1.4;endArrow=block;endFill=1;endSize=5;exitX=0.5;exitY=1;exitDx=0;exitDy=0;entryX=1;entryY=0.75;entryDx=0;entryDy=0;html=1;">
-           <mxGeometry relative="1" as="geometry">
-             <Array as="points">
-               <mxPoint x="695" y="480" />
-               <mxPoint x="562" y="480" />
-             </Array>
-           </mxGeometry>
-         </mxCell>
-         <mxCell id="verify_fail_label" connectable="0" parent="verify_fail_back" style="edgeLabel;html=1;align=center;verticalAlign=middle;resizable=0;points=[];fontSize=9;fontColor=#E6A84D;fontStyle=1;" value="✗ VERIFY_FAIL" vertex="1">
-           <mxGeometry relative="1" x="-0.1" as="geometry">
-             <mxPoint x="0" y="-12" as="offset" />
-           </mxGeometry>
+             <mxPoint x="360" y="450" as="sourcePoint" />
+             <mxPoint x="410" y="400" as="targetPoint" />
+           </mxGeometry>
+         </mxCell>
+         <mxCell id="akmjjUN86HI4yd5fyELq-23" edge="1" parent="1" source="pipeline_container" style="strokeColor=#2D3436;strokeWidth=1.5;endArrow=block;endFill=1;endSize=6;exitX=1.005;exitY=0.376;exitDx=0;exitDy=0;exitPerimeter=0;entryX=-0.007;entryY=0.375;entryDx=0;entryDy=0;entryPerimeter=0;" target="harness_container">
+           <mxGeometry relative="1" as="geometry">
+             <mxPoint x="572" y="225" as="sourcePoint" />
+             <mxPoint x="623" y="223" as="targetPoint" />
+           </mxGeometry>
+         </mxCell>
+         <mxCell id="akmjjUN86HI4yd5fyELq-26" connectable="0" parent="akmjjUN86HI4yd5fyELq-23" style="edgeLabel;html=1;align=center;verticalAlign=middle;resizable=0;points=[];fontSize=10;rounded=1;" value="k = 3" vertex="1">
+           <mxGeometry relative="1" x="-0.0956" as="geometry">
+             <mxPoint x="3" as="offset" />
+           </mxGeometry>
+         </mxCell>
+         <mxCell id="pipe_to_harness" edge="1" parent="1" style="strokeColor=#2D3436;strokeWidth=1.5;endArrow=block;endFill=1;endSize=6;entryX=0.004;entryY=0.233;entryDx=0;entryDy=0;entryPerimeter=0;" target="harness_container">
+           <mxGeometry relative="1" as="geometry">
+             <mxPoint x="570" y="185" as="sourcePoint" />
+             <mxPoint x="620" y="180" as="targetPoint" />
+           </mxGeometry>
+         </mxCell>
+         <mxCell id="akmjjUN86HI4yd5fyELq-25" connectable="0" parent="pipe_to_harness" style="edgeLabel;html=1;align=center;verticalAlign=middle;resizable=0;points=[];fontSize=10;labelBackgroundColor=default;rounded=1;" value="k = 1" vertex="1">
+           <mxGeometry relative="1" x="-0.2059" as="geometry">
+             <mxPoint x="5" as="offset" />
+           </mxGeometry>
+         </mxCell>
+         <mxCell id="dTBirprDGcM_VUs01LYS-13" parent="1" style="text;html=1;whiteSpace=wrap;strokeColor=none;fillColor=none;align=center;verticalAlign=middle;rounded=0;" value="&lt;font style=&quot;font-size: 10px; color: rgb(204, 0, 0);&quot;&gt;&lt;b style=&quot;line-height: 80%;&quot;&gt;self-repair&lt;br&gt;retry&lt;/b&gt;&lt;/font&gt;" vertex="1">
+           <mxGeometry height="30" width="60" x="566.75" y="361.5" as="geometry" />
        </mxCell>
      </root>
    </mxGraphModel>
  </diagram>
</mxfile>
